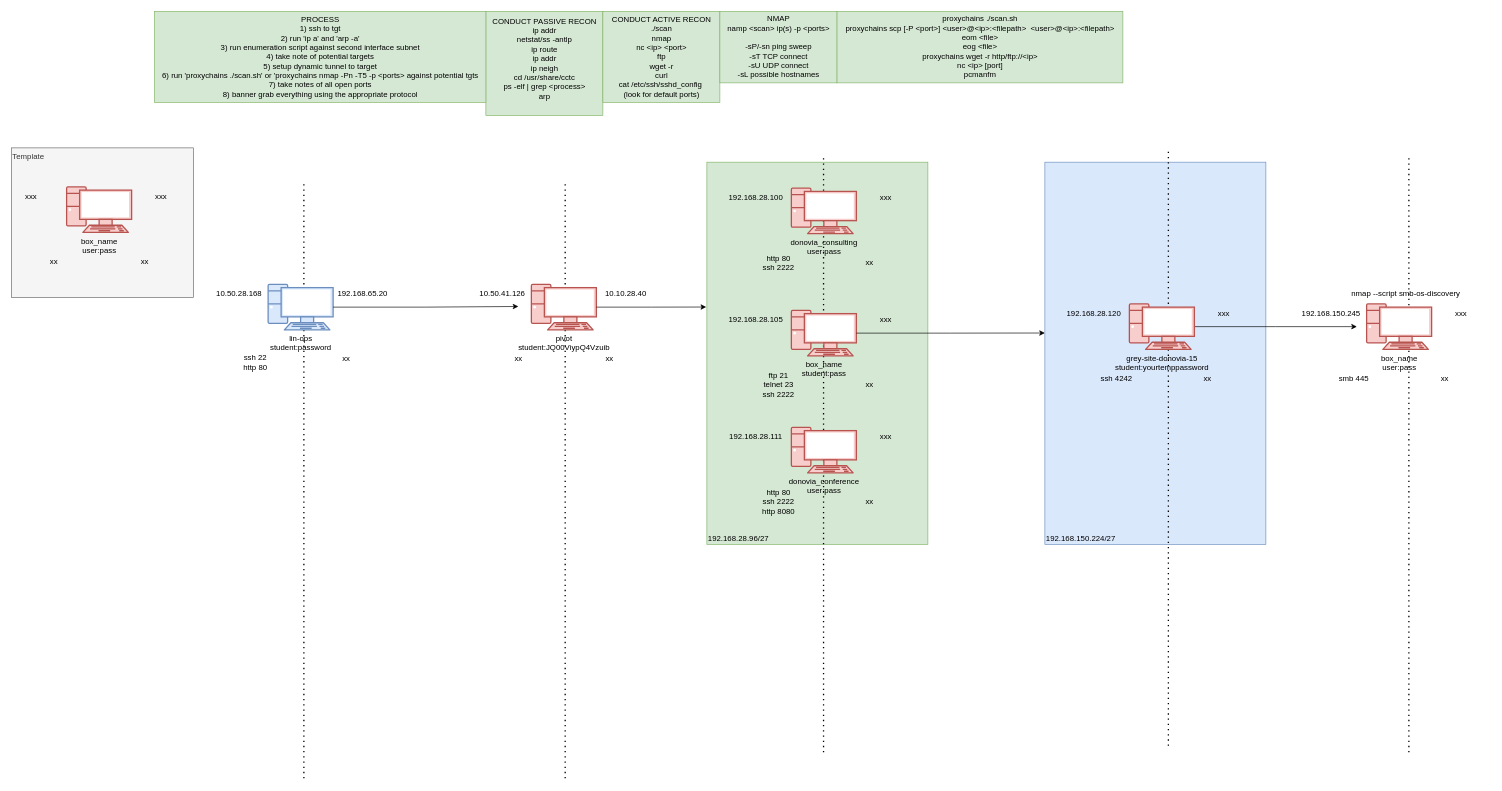
wifi96h/new keeps this draw.io diagram as CCTC/SEC/Day_6/Exploit/Exploit.drawio. Above is the earlier version. Source tidied: cells renumbered, new cells numbered last; positions are measured from the earlier drawing's top-left corner, leaving out a move shared by most shapes. Both pictures are drawn from the tidied source at 65%, with x=0, y=0 at pixel (11, 11).
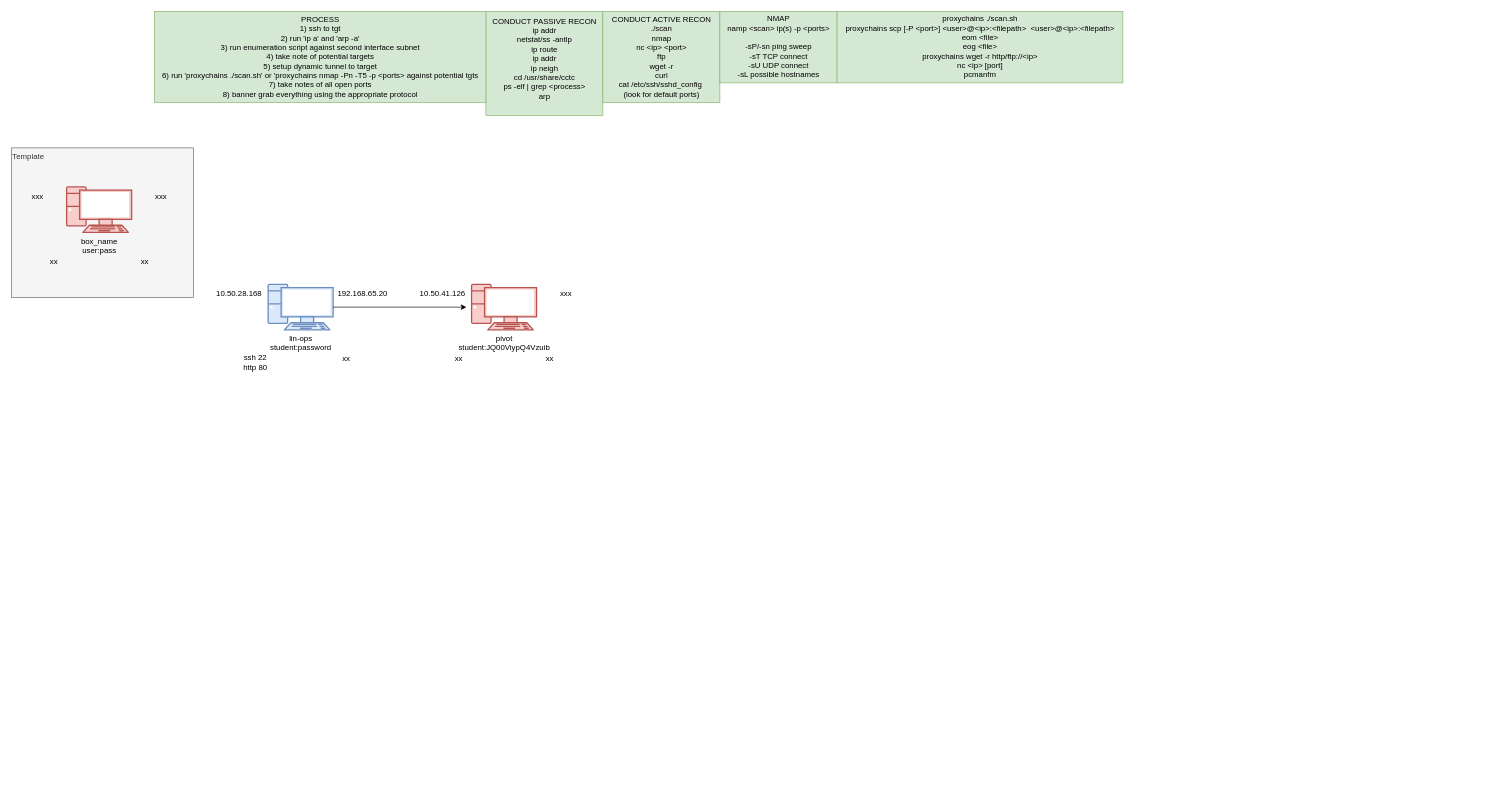
Above is the later version.

The change refers to these unchanged cells:
```xml
<mxCell id="12" value="lin-ops&lt;div&gt;student:password&lt;/div&gt;" style="verticalAlign=top;verticalLabelPosition=bottom;labelPosition=center;align=center;html=1;outlineConnect=0;fillColor=#dae8fc;strokeColor=#6c8ebf;gradientDirection=north;strokeWidth=2;shape=mxgraph.networks.pc;" parent="11" vertex="1">
  <mxGeometry x="35" width="100" height="70" as="geometry" />
</mxCell>
<mxCell id="18" style="group;" parent="17" vertex="1">
  <mxGeometry y="20" width="225" height="130" as="geometry" />
</mxCell>
<mxCell id="19" value="&lt;div&gt;pivot&lt;/div&gt;&lt;div&gt;student:JQ00ViypQ4Vzuib&lt;/div&gt;" style="verticalAlign=top;verticalLabelPosition=bottom;labelPosition=center;align=center;html=1;outlineConnect=0;fillColor=#f8cecc;strokeColor=#b85450;gradientDirection=north;strokeWidth=2;shape=mxgraph.networks.pc;" parent="18" vertex="1">
  <mxGeometry x="35" width="100" height="70" as="geometry" />
</mxCell>
```

What changed in the source:
```diff
@@
-    <mxCell id="2" value="192.168.28.96/27" style="whiteSpace=wrap;html=1;fillColor=#d5e8d4;strokeColor=#82b366;verticalAlign=bottom;align=left;" parent="1" vertex="1">
-      <mxGeometry x="1070" y="232" width="340" height="588" as="geometry" />
-    </mxCell>
-    <mxCell id="3" style="endArrow=none;dashed=1;html=1;dashPattern=1 3;strokeWidth=2;rounded=0;" parent="1" edge="1">
-      <mxGeometry relative="1" as="geometry">
-        <mxPoint x="1249.5" y="1140" as="sourcePoint" />
-        <mxPoint x="1249.5" y="220" as="targetPoint" />
-      </mxGeometry>
-    </mxCell>
-    <mxCell id="4" style="endArrow=none;dashed=1;html=1;dashPattern=1 3;strokeWidth=2;rounded=0;" parent="1" edge="1">
-      <mxGeometry relative="1" as="geometry">
-        <mxPoint x="2150" y="1140" as="sourcePoint" />
-        <mxPoint x="2150" y="220" as="targetPoint" />
-      </mxGeometry>
-    </mxCell>
-    <mxCell id="5" value="192.168.150.224/27" style="whiteSpace=wrap;html=1;fillColor=#dae8fc;strokeColor=#6c8ebf;align=left;verticalAlign=bottom;" parent="1" vertex="1">
-      <mxGeometry x="1590" y="232" width="340" height="588" as="geometry" />
-    </mxCell>
-    <mxCell id="6" style="endArrow=none;dashed=1;html=1;dashPattern=1 3;strokeWidth=2;rounded=0;" parent="1" edge="1">
-      <mxGeometry relative="1" as="geometry">
-        <mxPoint x="1780" y="1130" as="sourcePoint" />
-        <mxPoint x="1780" y="210" as="targetPoint" />
-      </mxGeometry>
-    </mxCell>
-    <mxCell id="7" style="endArrow=none;dashed=1;html=1;dashPattern=1 3;strokeWidth=2;rounded=0;" parent="1" edge="1">
-      <mxGeometry relative="1" as="geometry">
-        <mxPoint x="852" y="1180" as="sourcePoint" />
-        <mxPoint x="852" y="260" as="targetPoint" />
-      </mxGeometry>
-    </mxCell>
-    <mxCell id="8" style="endArrow=none;dashed=1;html=1;dashPattern=1 3;strokeWidth=2;rounded=0;" parent="1" edge="1">
-      <mxGeometry relative="1" as="geometry">
-        <mxPoint x="450" y="1180" as="sourcePoint" />
-        <mxPoint x="450" y="260" as="targetPoint" />
-      </mxGeometry>
-    </mxCell>
@@
+    <mxCell id="58" style="group;" parent="1" vertex="1">
+      <mxGeometry x="50" y="250" width="225" height="150" as="geometry" />
+    </mxCell>
+    <mxCell id="59" style="group;" parent="58" vertex="1">
+      <mxGeometry y="20" width="225" height="130" as="geometry" />
+    </mxCell>
+    <mxCell id="60" value="box_name&lt;div&gt;user:pass&lt;/div&gt;" style="verticalAlign=top;verticalLabelPosition=bottom;labelPosition=center;align=center;html=1;fillColor=#f8cecc;strokeColor=#b85450;gradientDirection=north;strokeWidth=2;shape=mxgraph.networks.pc;" parent="59" vertex="1">
+      <mxGeometry x="35" width="100" height="70" as="geometry" />
+    </mxCell>
+    <mxCell id="61" value="xx" style="text;html=1;align=center;verticalAlign=middle;strokeColor=none;fillColor=none;" parent="59" vertex="1">
+      <mxGeometry x="-5" y="100" width="40" height="30" as="geometry" />
+    </mxCell>
+    <mxCell id="62" value="xxx" style="text;html=1;align=center;verticalAlign=middle;strokeColor=none;fillColor=none;" parent="59" vertex="1">
+      <mxGeometry x="160" width="40" height="30" as="geometry" />
+    </mxCell>
+    <mxCell id="64" value="xxx" style="text;html=1;align=center;verticalAlign=middle;strokeColor=none;fillColor=none;" parent="59" vertex="1">
+      <mxGeometry x="-30" width="40" height="30" as="geometry" />
+    </mxCell>
+    <mxCell id="63" value="xx" style="text;html=1;align=center;verticalAlign=middle;strokeColor=none;fillColor=none;" parent="59" vertex="1">
+      <mxGeometry x="135" y="100" width="40" height="30" as="geometry" />
+    </mxCell>
@@
     <mxCell id="17" style="group;" parent="1" vertex="1">
-      <mxGeometry x="765" y="400" width="225" height="150" as="geometry" />
+      <mxGeometry x="673" y="400" width="225" height="150" as="geometry" />
     </mxCell>
@@
-    <mxCell id="21" value="10.10.28.40" style="text;html=1;align=center;verticalAlign=middle;strokeColor=none;fillColor=none;" parent="18" vertex="1">
-      <mxGeometry x="135" width="90" height="30" as="geometry" />
+    <mxCell id="21" value="xxx" style="text;html=1;align=center;verticalAlign=middle;strokeColor=none;fillColor=none;" parent="18" vertex="1">
+      <mxGeometry x="160" width="40" height="30" as="geometry" />
     </mxCell>
@@
     <mxCell id="24" style="edgeStyle=orthogonalEdgeStyle;rounded=0;jettySize=auto;html=1;exitX=1;exitY=0.5;exitDx=0;exitDy=0;exitPerimeter=0;" parent="1" edge="1" source="12">
       <mxGeometry relative="1" as="geometry">
-        <mxPoint x="780" y="454" as="targetPoint" />
+        <mxPoint x="700" y="455" as="targetPoint" />
       </mxGeometry>
     </mxCell>
@@
-    <mxCell id="30" style="group;" parent="1" vertex="1">
-      <mxGeometry x="1090" y="440" width="300" height="165" as="geometry" />
-    </mxCell>
-    <mxCell id="31" style="group;" parent="30" vertex="1">
-      <mxGeometry x="75" width="225" height="165" as="geometry" />
-    </mxCell>
-    <mxCell id="32" style="group;" parent="31" vertex="1">
-      <mxGeometry y="20" width="225" height="145" as="geometry" />
-    </mxCell>
-    <mxCell id="33" value="box_name&lt;div&gt;student:pass&lt;/div&gt;" style="verticalAlign=top;verticalLabelPosition=bottom;labelPosition=center;align=center;html=1;outlineConnect=0;fillColor=#f8cecc;strokeColor=#b85450;gradientDirection=north;strokeWidth=2;shape=mxgraph.networks.pc;" parent="32" vertex="1">
-      <mxGeometry x="35" width="100" height="70" as="geometry" />
-    </mxCell>
-    <mxCell id="34" value="ftp 21&lt;div&gt;telnet 23&lt;/div&gt;&lt;div&gt;ssh 2222&lt;/div&gt;" style="text;html=1;align=center;verticalAlign=middle;strokeColor=none;fillColor=none;" parent="32" vertex="1">
-      <mxGeometry x="-20" y="85" width="70" height="60" as="geometry" />
-    </mxCell>
-    <mxCell id="35" value="xxx" style="text;html=1;align=center;verticalAlign=middle;strokeColor=none;fillColor=none;" parent="32" vertex="1">
-      <mxGeometry x="160" width="40" height="30" as="geometry" />
-    </mxCell>
-    <mxCell id="36" value="xx" style="text;html=1;align=center;verticalAlign=middle;strokeColor=none;fillColor=none;" parent="32" vertex="1">
-      <mxGeometry x="135" y="100" width="40" height="30" as="geometry" />
-    </mxCell>
-    <mxCell id="37" value="192.168.28.105" style="text;html=1;align=center;verticalAlign=middle;strokeColor=none;fillColor=none;" parent="30" vertex="1">
-      <mxGeometry y="20" width="110" height="30" as="geometry" />
-    </mxCell>
-    <mxCell id="38" style="group;" parent="1" vertex="1">
-      <mxGeometry x="1090" y="252" width="300" height="155" as="geometry" />
-    </mxCell>
-    <mxCell id="39" style="group;" parent="38" vertex="1">
-      <mxGeometry x="75" width="225" height="155" as="geometry" />
-    </mxCell>
-    <mxCell id="40" style="group;" parent="39" vertex="1">
-      <mxGeometry y="20" width="225" height="135" as="geometry" />
-    </mxCell>
-    <mxCell id="41" value="&lt;div&gt;donovia_consulting&lt;/div&gt;&lt;div&gt;user:pass&lt;/div&gt;" style="verticalAlign=top;verticalLabelPosition=bottom;labelPosition=center;align=center;html=1;fillColor=#f8cecc;strokeColor=#b85450;gradientDirection=north;strokeWidth=2;shape=mxgraph.networks.pc;" parent="40" vertex="1">
-      <mxGeometry x="35" width="100" height="70" as="geometry" />
-    </mxCell>
-    <mxCell id="42" value="http 80&lt;div&gt;ssh 2222&lt;/div&gt;" style="text;html=1;align=center;verticalAlign=middle;strokeColor=none;fillColor=none;" parent="40" vertex="1">
-      <mxGeometry x="-20" y="95" width="70" height="40" as="geometry" />
-    </mxCell>
-    <mxCell id="43" value="xxx" style="text;html=1;align=center;verticalAlign=middle;strokeColor=none;fillColor=none;" parent="40" vertex="1">
-      <mxGeometry x="160" width="40" height="30" as="geometry" />
-    </mxCell>
-    <mxCell id="44" value="xx" style="text;html=1;align=center;verticalAlign=middle;strokeColor=none;fillColor=none;" parent="40" vertex="1">
-      <mxGeometry x="135" y="100" width="40" height="30" as="geometry" />
-    </mxCell>
-    <mxCell id="45" value="192.168.28.100" style="text;html=1;align=center;verticalAlign=middle;strokeColor=none;fillColor=none;" parent="38" vertex="1">
-      <mxGeometry y="20" width="110" height="30" as="geometry" />
-    </mxCell>
-    <mxCell id="46" style="edgeStyle=orthogonalEdgeStyle;rounded=0;jettySize=auto;html=1;exitX=1;exitY=0.5;exitDx=0;exitDy=0;exitPerimeter=0;entryX=-0.003;entryY=0.379;entryDx=0;entryDy=0;entryPerimeter=0;" parent="1" edge="1" source="19" target="2">
-      <mxGeometry relative="1" as="geometry" />
-    </mxCell>
-    <mxCell id="47" style="edgeStyle=orthogonalEdgeStyle;rounded=0;jettySize=auto;html=1;exitX=1;exitY=0.5;exitDx=0;exitDy=0;exitPerimeter=0;entryX=0;entryY=0.447;entryDx=0;entryDy=0;entryPerimeter=0;" parent="1" edge="1" source="33" target="5">
-      <mxGeometry relative="1" as="geometry" />
-    </mxCell>
-    <mxCell id="48" style="group;" parent="1" vertex="1">
-      <mxGeometry x="1610" y="430" width="300" height="165" as="geometry" />
-    </mxCell>
-    <mxCell id="49" style="group;" parent="48" vertex="1">
-      <mxGeometry x="75" width="225" height="165" as="geometry" />
-    </mxCell>
-    <mxCell id="50" style="group;" parent="49" vertex="1">
-      <mxGeometry y="20" width="225" height="145" as="geometry" />
-    </mxCell>
-    <mxCell id="51" style="edgeStyle=orthogonalEdgeStyle;rounded=0;jettySize=auto;html=1;exitX=1;exitY=0.5;exitDx=0;exitDy=0;exitPerimeter=0;" parent="50" edge="1" source="52">
-      <mxGeometry relative="1" as="geometry">
-        <mxPoint x="385" y="35" as="targetPoint" />
-      </mxGeometry>
-    </mxCell>
-    <mxCell id="52" value="&lt;div&gt;grey-site-donovia-15&lt;/div&gt;&lt;div&gt;student:yourtemppassword&lt;/div&gt;" style="verticalAlign=top;verticalLabelPosition=bottom;labelPosition=center;align=center;html=1;outlineConnect=0;fillColor=#f8cecc;strokeColor=#b85450;gradientDirection=north;strokeWidth=2;shape=mxgraph.networks.pc;" parent="50" vertex="1">
-      <mxGeometry x="35" width="100" height="70" as="geometry" />
-    </mxCell>
-    <mxCell id="53" value="&lt;div&gt;ssh 4242&lt;/div&gt;" style="text;html=1;align=center;verticalAlign=middle;strokeColor=none;fillColor=none;" parent="50" vertex="1">
-      <mxGeometry x="-20" y="100" width="70" height="30" as="geometry" />
-    </mxCell>
-    <mxCell id="54" value="xxx" style="text;html=1;align=center;verticalAlign=middle;strokeColor=none;fillColor=none;" parent="50" vertex="1">
-      <mxGeometry x="160" width="40" height="30" as="geometry" />
-    </mxCell>
-    <mxCell id="55" value="xx" style="text;html=1;align=center;verticalAlign=middle;strokeColor=none;fillColor=none;" parent="50" vertex="1">
-      <mxGeometry x="135" y="100" width="40" height="30" as="geometry" />
-    </mxCell>
-    <mxCell id="56" value="192.168.28.120" style="text;html=1;align=center;verticalAlign=middle;strokeColor=none;fillColor=none;" parent="48" vertex="1">
-      <mxGeometry y="20" width="110" height="30" as="geometry" />
-    </mxCell>
-    <mxCell id="57" style="group;" parent="1" vertex="1">
-      <mxGeometry x="10" y="250" width="265" height="150" as="geometry" />
-    </mxCell>
-    <mxCell id="58" style="group;" parent="57" vertex="1">
-      <mxGeometry x="40" width="225" height="150" as="geometry" />
-    </mxCell>
-    <mxCell id="59" style="group;" parent="58" vertex="1">
-      <mxGeometry y="20" width="225" height="130" as="geometry" />
-    </mxCell>
-    <mxCell id="60" value="box_name&lt;div&gt;user:pass&lt;/div&gt;" style="verticalAlign=top;verticalLabelPosition=bottom;labelPosition=center;align=center;html=1;fillColor=#f8cecc;strokeColor=#b85450;gradientDirection=north;strokeWidth=2;shape=mxgraph.networks.pc;" parent="59" vertex="1">
-      <mxGeometry x="35" width="100" height="70" as="geometry" />
-    </mxCell>
-    <mxCell id="61" value="xx" style="text;html=1;align=center;verticalAlign=middle;strokeColor=none;fillColor=none;" parent="59" vertex="1">
-      <mxGeometry x="-5" y="100" width="40" height="30" as="geometry" />
-    </mxCell>
-    <mxCell id="62" value="xxx" style="text;html=1;align=center;verticalAlign=middle;strokeColor=none;fillColor=none;" parent="59" vertex="1">
-      <mxGeometry x="160" width="40" height="30" as="geometry" />
-    </mxCell>
-    <mxCell id="63" value="xx" style="text;html=1;align=center;verticalAlign=middle;strokeColor=none;fillColor=none;" parent="59" vertex="1">
-      <mxGeometry x="135" y="100" width="40" height="30" as="geometry" />
-    </mxCell>
-    <mxCell id="64" value="xxx" style="text;html=1;align=center;verticalAlign=middle;strokeColor=none;fillColor=none;" parent="57" vertex="1">
-      <mxGeometry y="20" width="40" height="30" as="geometry" />
-    </mxCell>
-    <mxCell id="65" style="group;" parent="1" vertex="1">
-      <mxGeometry x="1940" y="377" width="335" height="203" as="geometry" />
-    </mxCell>
-    <mxCell id="66" style="group;" parent="65" vertex="1">
-      <mxGeometry x="70" y="53" width="265" height="150" as="geometry" />
-    </mxCell>
-    <mxCell id="67" style="group;" parent="66" vertex="1">
-      <mxGeometry x="40" width="225" height="150" as="geometry" />
-    </mxCell>
-    <mxCell id="68" style="group;" parent="67" vertex="1">
-      <mxGeometry y="20" width="225" height="130" as="geometry" />
-    </mxCell>
-    <mxCell id="69" value="box_name&lt;div&gt;user:pass&lt;/div&gt;" style="verticalAlign=top;verticalLabelPosition=bottom;labelPosition=center;align=center;html=1;fillColor=#f8cecc;strokeColor=#b85450;gradientDirection=north;strokeWidth=2;shape=mxgraph.networks.pc;" parent="68" vertex="1">
-      <mxGeometry x="35" width="100" height="70" as="geometry" />
-    </mxCell>
-    <mxCell id="70" value="smb 445" style="text;html=1;align=center;verticalAlign=middle;strokeColor=none;fillColor=none;" parent="68" vertex="1">
-      <mxGeometry x="-20" y="100" width="70" height="30" as="geometry" />
-    </mxCell>
-    <mxCell id="71" value="xxx" style="text;html=1;align=center;verticalAlign=middle;strokeColor=none;fillColor=none;" parent="68" vertex="1">
-      <mxGeometry x="160" width="40" height="30" as="geometry" />
-    </mxCell>
-    <mxCell id="72" value="xx" style="text;html=1;align=center;verticalAlign=middle;strokeColor=none;fillColor=none;" parent="68" vertex="1">
-      <mxGeometry x="135" y="100" width="40" height="30" as="geometry" />
-    </mxCell>
-    <mxCell id="73" value="nmap --script smb-os-discovery" style="text;html=1;align=center;verticalAlign=middle;strokeColor=none;fillColor=none;" parent="67" vertex="1">
-      <mxGeometry y="-10" width="190" height="30" as="geometry" />
-    </mxCell>
-    <mxCell id="74" value="192.168.150.245" style="text;html=1;align=center;verticalAlign=middle;strokeColor=none;fillColor=none;" parent="66" vertex="1">
-      <mxGeometry x="-35" y="20" width="110" height="30" as="geometry" />
-    </mxCell>
-    <mxCell id="75" value="192.168.28.111" style="text;html=1;align=center;verticalAlign=middle;strokeColor=none;fillColor=none;" parent="1" vertex="1">
-      <mxGeometry x="1090" y="640" width="110" height="30" as="geometry" />
-    </mxCell>
-    <mxCell id="76" style="group;" parent="1" vertex="1">
-      <mxGeometry x="1165" y="640" width="225" height="145" as="geometry" />
-    </mxCell>
-    <mxCell id="77" value="&lt;div&gt;donovia_conference&lt;/div&gt;&lt;div&gt;user:pass&lt;/div&gt;" style="verticalAlign=top;verticalLabelPosition=bottom;labelPosition=center;align=center;html=1;fillColor=#f8cecc;strokeColor=#b85450;gradientDirection=north;strokeWidth=2;shape=mxgraph.networks.pc;" parent="76" vertex="1">
-      <mxGeometry x="35" width="100" height="70" as="geometry" />
-    </mxCell>
-    <mxCell id="78" value="http 80&lt;div&gt;ssh 2222&lt;/div&gt;&lt;div&gt;http 8080&lt;/div&gt;" style="text;html=1;align=center;verticalAlign=middle;strokeColor=none;fillColor=none;" parent="76" vertex="1">
-      <mxGeometry x="-20" y="85" width="70" height="60" as="geometry" />
-    </mxCell>
-    <mxCell id="79" value="xxx" style="text;html=1;align=center;verticalAlign=middle;strokeColor=none;fillColor=none;" parent="76" vertex="1">
-      <mxGeometry x="160" width="40" height="30" as="geometry" />
-    </mxCell>
-    <mxCell id="80" value="xx" style="text;html=1;align=center;verticalAlign=middle;strokeColor=none;fillColor=none;" parent="76" vertex="1">
-      <mxGeometry x="135" y="100" width="40" height="30" as="geometry" />
-    </mxCell>
```
